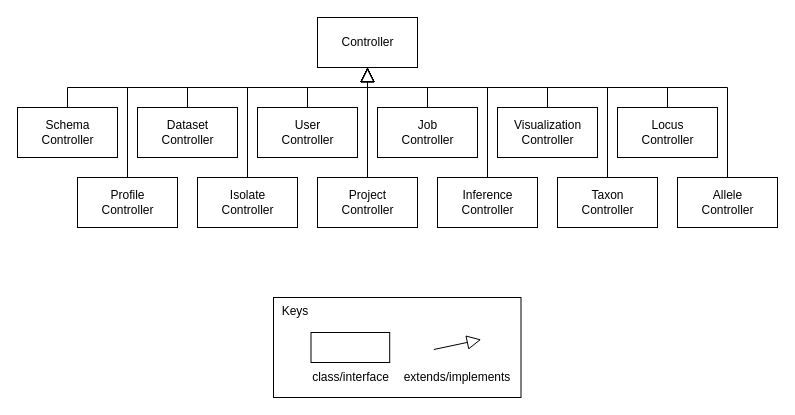
Above: wiki/draw.io/phylodb/generalization-controllers.drawio in phyloviz/phyloDB (draw.io), before the change. Source tidied: cells renumbered, new cells numbered last; positions are measured from the earlier drawing's top-left corner, leaving out a move shared by most shapes. Both pictures are drawn from the tidied source at 100%, with x=0, y=0 at pixel (17, 17).
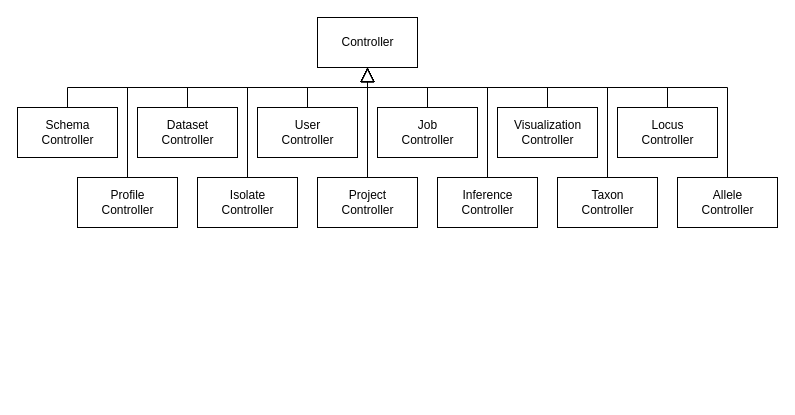
After the change.

Diff of the diagram source:
```diff
@@
-    <mxCell id="27" style="group;" parent="1" vertex="1">
-      <mxGeometry x="256" y="280" width="247.5" height="100" as="geometry" />
-    </mxCell>
-    <mxCell id="28" value="&amp;nbsp; Keys" style="rounded=0;whiteSpace=wrap;html=1;align=left;verticalAlign=top;" parent="27" vertex="1">
-      <mxGeometry width="247.5" height="100" as="geometry" />
-    </mxCell>
-    <mxCell id="29" style="endArrow=block;html=1;exitX=1;exitY=0.5;exitDx=0;exitDy=0;startArrow=none;startFill=0;endFill=0;endSize=12;" parent="27" edge="1">
-      <mxGeometry relative="1" as="geometry">
-        <mxPoint x="160.3" y="52" as="sourcePoint" />
-        <mxPoint x="207.7" y="42" as="targetPoint" />
-      </mxGeometry>
-    </mxCell>
-    <mxCell id="30" value="extends/implements" style="text;html=1;strokeColor=none;fillColor=none;align=center;verticalAlign=middle;whiteSpace=wrap;rounded=0;" parent="27" vertex="1">
-      <mxGeometry x="139" y="70" width="89.5" height="20" as="geometry" />
-    </mxCell>
-    <mxCell id="31" value="class/interface" style="text;html=1;strokeColor=none;fillColor=none;align=center;verticalAlign=middle;whiteSpace=wrap;rounded=0;" parent="27" vertex="1">
-      <mxGeometry x="45.5" y="70" width="62.7" height="20" as="geometry" />
-    </mxCell>
-    <mxCell id="32" style="rounded=0;whiteSpace=wrap;html=1;" parent="27" vertex="1">
-      <mxGeometry x="37.5" y="35" width="78.7" height="30" as="geometry" />
-    </mxCell>
```
